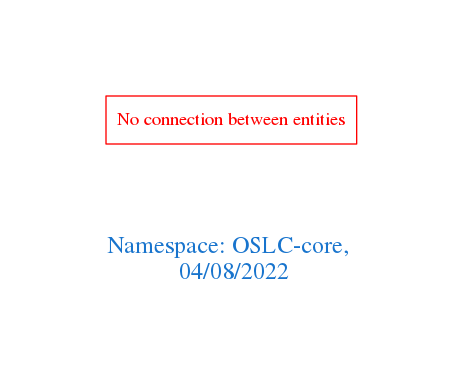
arago/OGIT keeps this Graphviz diagram as downloads/OSLC-core.png. Above is the earlier version. Its source is kept beside it as downloads/OSLC-core.dot.
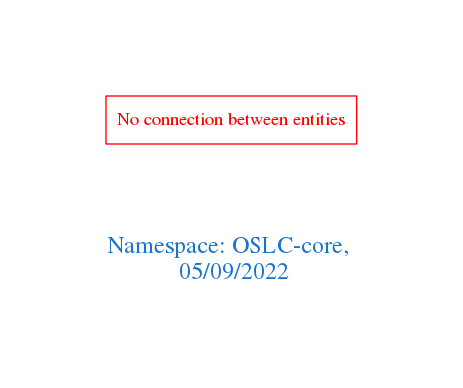
After the change.

Change to the diagram source:
```diff
@@ -1,7 +1,7 @@
 digraph OGIT_ontology {
  graph [ rankdir= LR,pad=1
 fontsize = 18,
-fontcolor= dodgerblue3,label = "\n\n\nNamespace: OSLC-core, \n 04/08/2022"];
+fontcolor= dodgerblue3,label = "\n\n\nNamespace: OSLC-core, \n 05/09/2022"];
 node[shape=polygon];
 edge [  color="gray81"];
 
```
